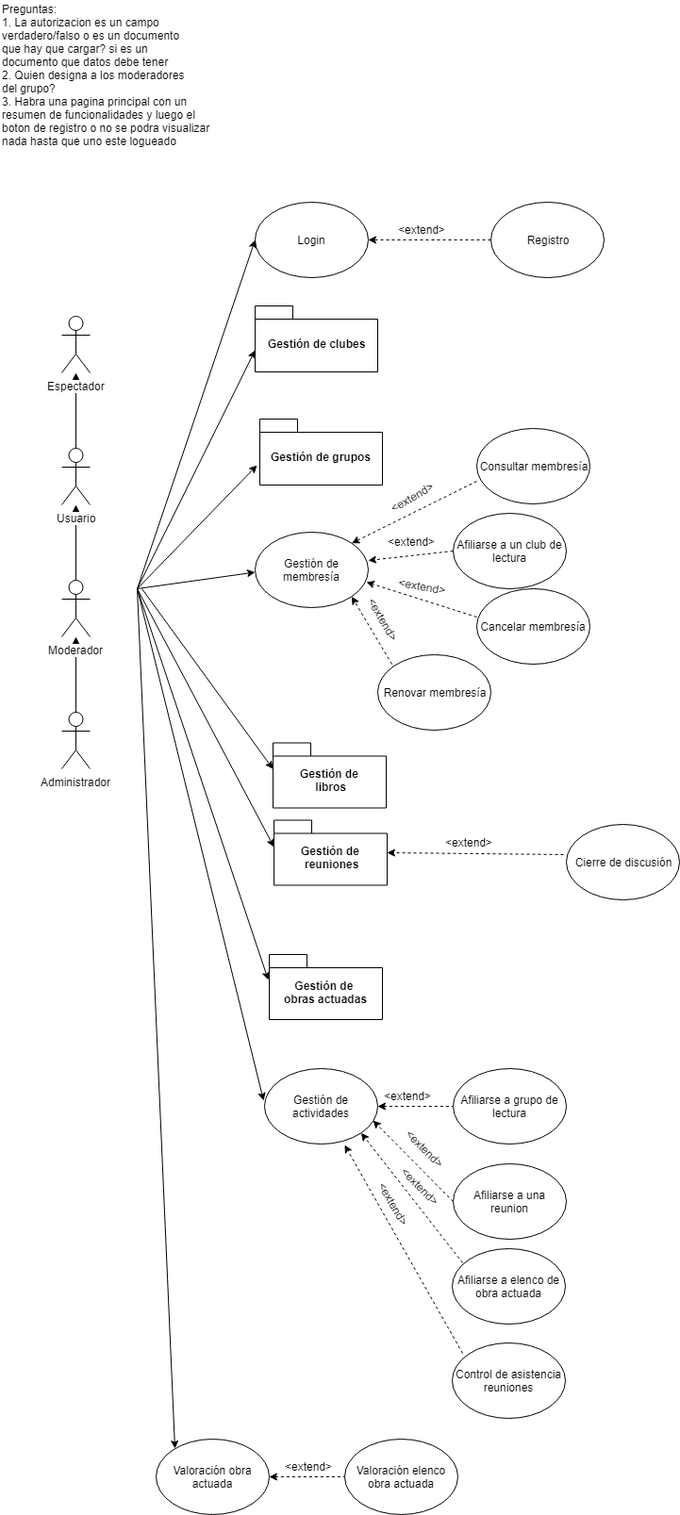
This is Docs/RC UC.png from metalsonic21/SBD1-Reading-club, a draw.io export, as it was before one commit. Source tidied: cells renumbered, new cells last; positions are measured from the earlier drawing's top-left corner, leaving out a move shared by most shapes.
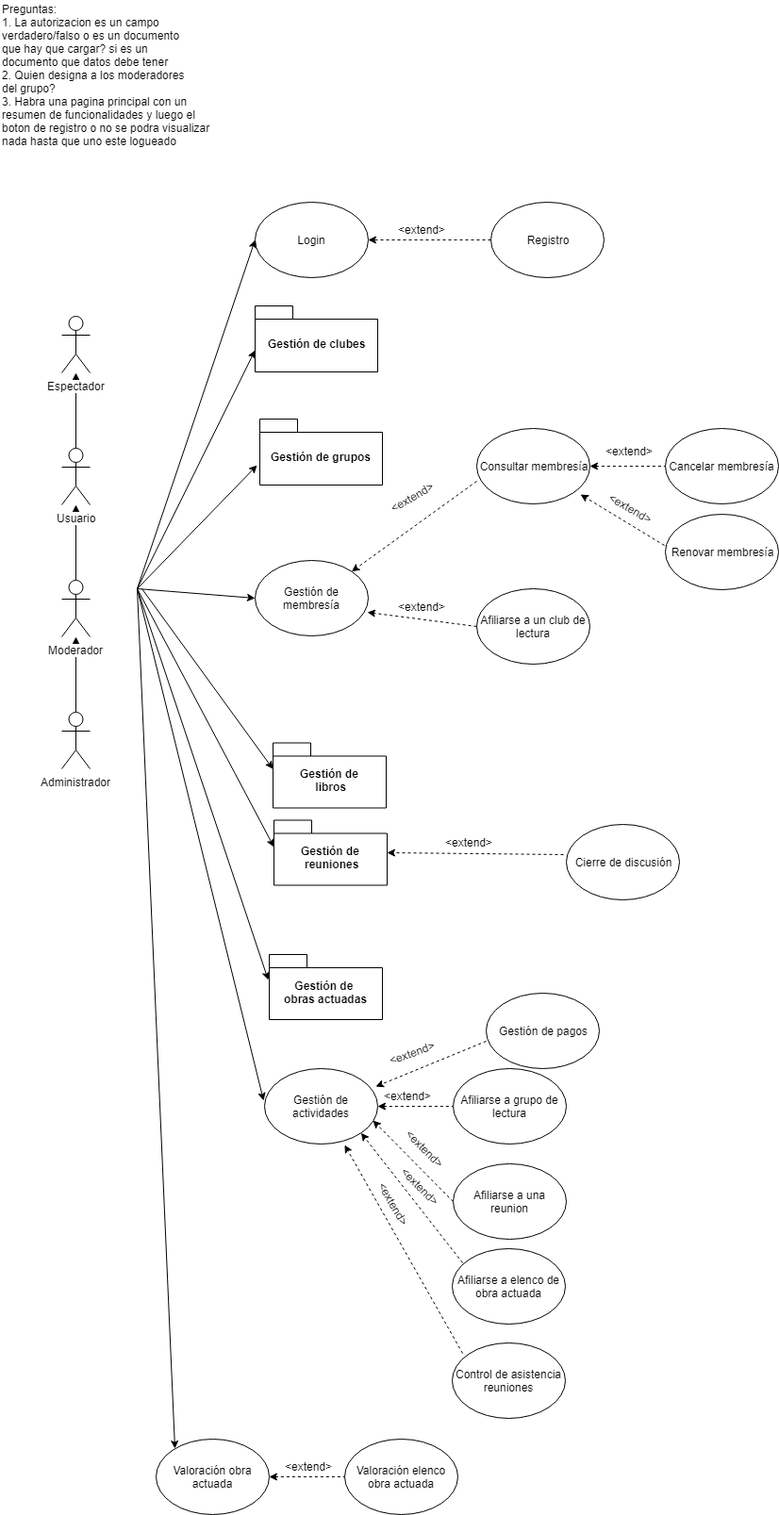
After the commit.

Commit message:
User flows

The edit, as a diff of the source:
```diff
@@ -27,11 +27,8 @@
       <mxGeometry width="240" height="150" as="geometry" />
     </mxCell>
     <mxCell id="10" value="Afiliarse a un club de lectura" style="ellipse;whiteSpace=wrap;html=1;" parent="1" vertex="1">
-      <mxGeometry x="480" y="544" width="120" height="80" as="geometry" />
+      <mxGeometry x="505" y="624" width="120" height="80" as="geometry" />
     </mxCell>
-    <mxCell id="11" value="Cancelar membresía" style="ellipse;whiteSpace=wrap;html=1;" parent="1" vertex="1">
-      <mxGeometry x="505" y="624" width="120" height="80" as="geometry" />
-    </mxCell>
     <mxCell id="12" value="Cierre de discusión" style="ellipse;whiteSpace=wrap;html=1;" parent="1" vertex="1">
       <mxGeometry x="600" y="874" width="120" height="80" as="geometry" />
     </mxCell>
@@ -89,16 +86,9 @@
         <mxPoint x="284" y="1039" as="targetPoint" />
       </mxGeometry>
     </mxCell>
-    <mxCell id="25" style="endArrow=classic;html=1;exitX=0;exitY=0.5;exitDx=0;exitDy=0;entryX=1;entryY=0.375;entryDx=0;entryDy=0;entryPerimeter=0;dashed=1;" parent="1" edge="1" source="10">
-      <mxGeometry relative="1" as="geometry">
-        <mxPoint x="390" y="594" as="targetPoint" />
-      </mxGeometry>
+    <mxCell id="25" style="endArrow=classic;html=1;exitX=0;exitY=0.5;exitDx=0;exitDy=0;entryX=0.992;entryY=0.688;entryDx=0;entryDy=0;entryPerimeter=0;dashed=1;" parent="1" edge="1" source="10" target="39">
+      <mxGeometry relative="1" as="geometry" />
     </mxCell>
-    <mxCell id="26" style="endArrow=classic;html=1;exitX=0;exitY=0.375;exitDx=0;exitDy=0;dashed=1;exitPerimeter=0;entryX=0.983;entryY=0.663;entryDx=0;entryDy=0;entryPerimeter=0;" parent="1" edge="1" source="11">
-      <mxGeometry relative="1" as="geometry">
-        <mxPoint x="388" y="617" as="targetPoint" />
-      </mxGeometry>
-    </mxCell>
     <mxCell id="27" style="endArrow=classic;html=1;exitX=-0.025;exitY=0.4;exitDx=0;exitDy=0;dashed=1;entryX=1;entryY=0.5;entryDx=0;entryDy=0;exitPerimeter=0;" parent="1" edge="1" source="12">
       <mxGeometry relative="1" as="geometry">
         <mxPoint x="410" y="904" as="targetPoint" />
@@ -107,11 +97,11 @@
     <mxCell id="28" style="endArrow=classic;html=1;exitX=0;exitY=0.5;exitDx=0;exitDy=0;dashed=1;entryX=1;entryY=0.5;entryDx=0;entryDy=0;" parent="1" edge="1" source="17" target="16">
       <mxGeometry relative="1" as="geometry" />
     </mxCell>
-    <mxCell id="29" value="&amp;lt;extend&amp;gt;" style="text;html=1;align=left;verticalAlign=top;spacingTop=-4;" parent="1" vertex="1">
-      <mxGeometry x="409" y="565" width="70" height="20" as="geometry" />
+    <mxCell id="29" value="&amp;lt;extend&amp;gt;" style="text;html=1;align=left;verticalAlign=top;spacingTop=-4;rotation=0;" parent="1" vertex="1">
+      <mxGeometry x="420" y="634" width="70" height="20" as="geometry" />
     </mxCell>
-    <mxCell id="30" value="&amp;lt;extend&amp;gt;" style="text;html=1;align=left;verticalAlign=top;spacingTop=-4;rotation=10;" parent="1" vertex="1">
-      <mxGeometry x="420" y="614" width="70" height="20" as="geometry" />
+    <mxCell id="30" value="&amp;lt;extend&amp;gt;" style="text;html=1;align=left;verticalAlign=top;spacingTop=-4;rotation=0;" parent="1" vertex="1">
+      <mxGeometry x="640" y="469" width="70" height="20" as="geometry" />
     </mxCell>
     <mxCell id="31" value="&amp;lt;extend&amp;gt;" style="text;html=1;align=left;verticalAlign=top;spacingTop=-4;" parent="1" vertex="1">
       <mxGeometry x="470" y="884" width="70" height="20" as="geometry" />
@@ -134,34 +124,37 @@
     <mxCell id="37" value="Gestión de &lt;br&gt;obras actuadas" style="shape=folder;fontStyle=1;spacingTop=10;tabWidth=40;tabHeight=14;tabPosition=left;html=1;" parent="1" vertex="1">
       <mxGeometry x="285" y="1012" width="120" height="69" as="geometry" />
     </mxCell>
-    <mxCell id="38" style="endArrow=classic;html=1;entryX=0;entryY=0;entryDx=0;entryDy=41.5;entryPerimeter=0;" parent="1" edge="1">
+    <mxCell id="38" style="endArrow=classic;html=1;entryX=0;entryY=0.5;entryDx=0;entryDy=0;" parent="1" edge="1" target="39">
       <mxGeometry relative="1" as="geometry">
         <mxPoint x="145" y="624" as="sourcePoint" />
-        <mxPoint x="270" y="606.5" as="targetPoint" />
       </mxGeometry>
     </mxCell>
     <mxCell id="39" value="Gestión de membresía" style="ellipse;whiteSpace=wrap;html=1;" parent="1" vertex="1">
-      <mxGeometry x="270" y="564" width="120" height="80" as="geometry" />
+      <mxGeometry x="270" y="594" width="120" height="80" as="geometry" />
     </mxCell>
-    <mxCell id="40" style="endArrow=classic;html=1;entryX=1;entryY=1;entryDx=0;entryDy=0;dashed=1;" parent="1" edge="1" target="39">
-      <mxGeometry relative="1" as="geometry">
-        <mxPoint x="415" y="704" as="sourcePoint" />
-      </mxGeometry>
+    <mxCell id="40" style="endArrow=classic;html=1;entryX=0.917;entryY=0.875;entryDx=0;entryDy=0;dashed=1;exitX=-0.008;exitY=0.413;exitDx=0;exitDy=0;exitPerimeter=0;entryPerimeter=0;" parent="1" edge="1" source="41" target="42">
+      <mxGeometry relative="1" as="geometry" />
     </mxCell>
     <mxCell id="41" value="Renovar membresía" style="ellipse;whiteSpace=wrap;html=1;" parent="1" vertex="1">
-      <mxGeometry x="400" y="694" width="120" height="80" as="geometry" />
+      <mxGeometry x="705" y="545" width="120" height="80" as="geometry" />
     </mxCell>
+    <mxCell id="61" style="edgeStyle=orthogonalEdgeStyle;rounded=0;jettySize=auto;html=1;endArrow=none;endFill=0;startArrow=classic;startFill=1;dashed=1;" parent="1" edge="1" source="42" target="11">
+      <mxGeometry relative="1" as="geometry" />
+    </mxCell>
     <mxCell id="42" value="Consultar membresía" style="ellipse;whiteSpace=wrap;html=1;" parent="1" vertex="1">
       <mxGeometry x="505" y="454" width="120" height="80" as="geometry" />
     </mxCell>
+    <mxCell id="11" value="Cancelar membresía" style="ellipse;whiteSpace=wrap;html=1;" parent="1" vertex="1">
+      <mxGeometry x="705" y="454" width="120" height="80" as="geometry" />
+    </mxCell>
     <mxCell id="43" style="endArrow=classic;html=1;exitX=0;exitY=0.7;exitDx=0;exitDy=0;entryX=1;entryY=0;entryDx=0;entryDy=0;dashed=1;exitPerimeter=0;" parent="1" edge="1" source="42" target="39">
       <mxGeometry relative="1" as="geometry" />
     </mxCell>
     <mxCell id="44" value="&amp;lt;extend&amp;gt;" style="text;html=1;align=left;verticalAlign=top;spacingTop=-4;rotation=-30;" parent="1" vertex="1">
       <mxGeometry x="409" y="514" width="70" height="20" as="geometry" />
     </mxCell>
-    <mxCell id="45" value="&amp;lt;extend&amp;gt;" style="text;html=1;align=left;verticalAlign=top;spacingTop=-4;rotation=60;" parent="1" vertex="1">
-      <mxGeometry x="374" y="654" width="70" height="20" as="geometry" />
+    <mxCell id="45" value="&amp;lt;extend&amp;gt;" style="text;html=1;align=left;verticalAlign=top;spacingTop=-4;rotation=30;" parent="1" vertex="1">
+      <mxGeometry x="640" y="534" width="70" height="20" as="geometry" />
     </mxCell>
     <mxCell id="46" value="Afiliarse a una reunion" style="ellipse;whiteSpace=wrap;html=1;" parent="1" vertex="1">
       <mxGeometry x="480" y="1234" width="120" height="80" as="geometry" />
@@ -211,5 +204,16 @@
     <mxCell id="60" value="&amp;lt;extend&amp;gt;" style="text;html=1;align=left;verticalAlign=top;spacingTop=-4;" parent="1" vertex="1">
       <mxGeometry x="300" y="1546" width="70" height="20" as="geometry" />
     </mxCell>
+    <mxCell id="62" style="endArrow=classic;html=1;dashed=1;entryX=0.983;entryY=0.238;entryDx=0;entryDy=0;entryPerimeter=0;" parent="1" edge="1" target="14">
+      <mxGeometry relative="1" as="geometry">
+        <mxPoint x="515" y="1104" as="sourcePoint" />
+      </mxGeometry>
+    </mxCell>
+    <mxCell id="63" value="&amp;lt;extend&amp;gt;" style="text;html=1;align=left;verticalAlign=top;spacingTop=-4;rotation=-20;" parent="1" vertex="1">
+      <mxGeometry x="409" y="1104" width="70" height="20" as="geometry" />
+    </mxCell>
+    <mxCell id="64" value="Gestión de pagos" style="ellipse;whiteSpace=wrap;html=1;" parent="1" vertex="1">
+      <mxGeometry x="515" y="1053" width="120" height="80" as="geometry" />
+    </mxCell>
   </root>
 </mxGraphModel>
```
